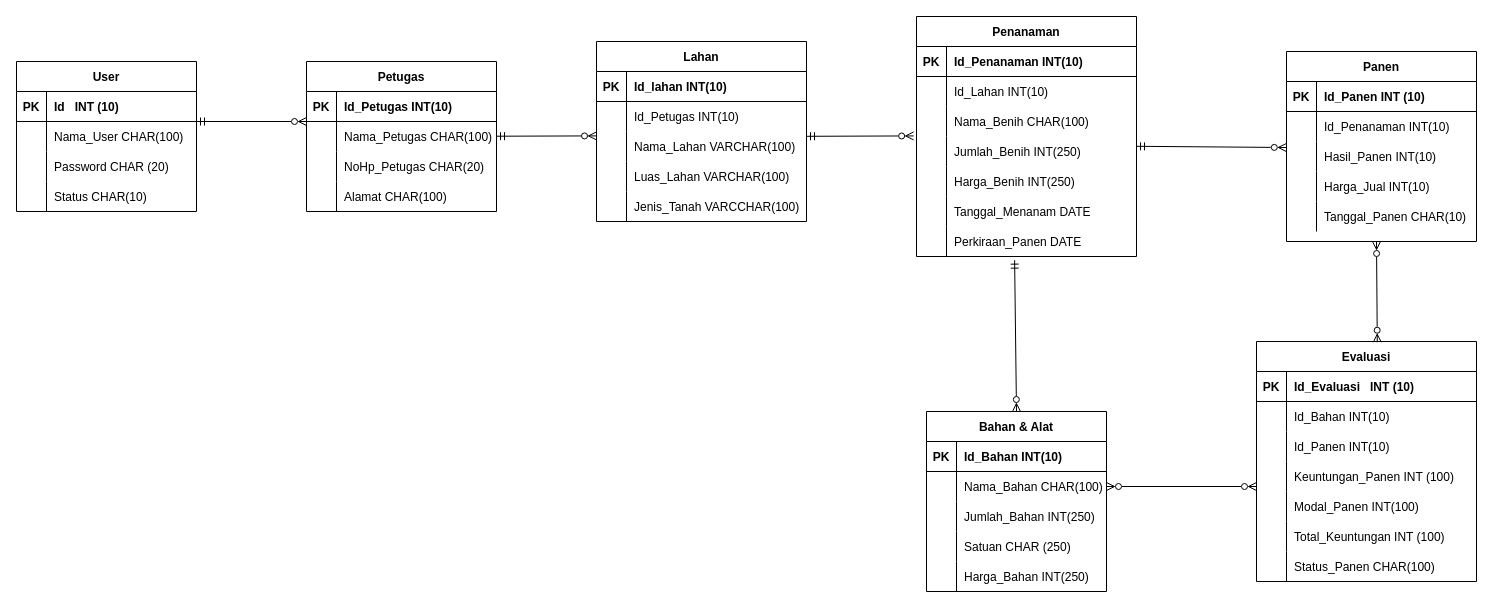
Earlier version of the draw.io diagram pertemuan 3/Pertemuan 3.drawio (ramabhagadhara/IF214002). Source tidied: cells renumbered, new cells numbered last; positions are measured from the earlier drawing's top-left corner, leaving out a move shared by most shapes. Both pictures are drawn from the tidied source at 100%, with x=0, y=0 at pixel (16, 16).
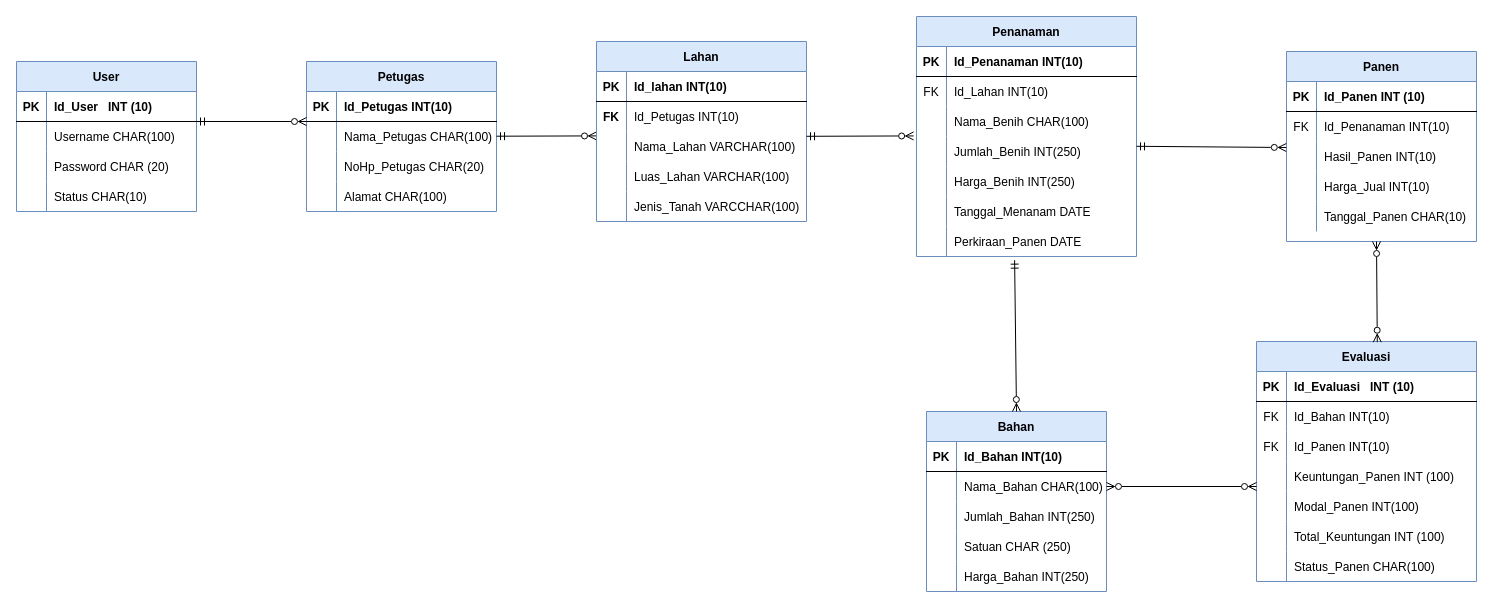
Above is the later version.

The change refers to these unchanged cells:
```xml
<mxCell id="6" style="shape=tableRow;horizontal=0;startSize=0;swimlaneHead=0;swimlaneBody=0;fillColor=none;top=0;left=0;right=0;bottom=0;" parent="2" vertex="1">
  <mxGeometry y="60" width="190" height="30" as="geometry" />
</mxCell>
<mxCell id="22" style="shape=tableRow;horizontal=0;startSize=0;swimlaneHead=0;swimlaneBody=0;fillColor=none;top=0;left=0;right=0;bottom=0;" parent="18" vertex="1">
  <mxGeometry y="60" width="220" height="30" as="geometry" />
</mxCell>
<mxCell id="54" style="shape=tableRow;horizontal=0;startSize=0;swimlaneHead=0;swimlaneBody=0;fillColor=none;top=0;left=0;right=0;bottom=1;" parent="53" vertex="1">
  <mxGeometry y="30" width="180" height="30" as="geometry" />
</mxCell>
<mxCell id="57" style="shape=tableRow;horizontal=0;startSize=0;swimlaneHead=0;swimlaneBody=0;fillColor=none;top=0;left=0;right=0;bottom=0;" parent="53" vertex="1">
  <mxGeometry y="60" width="180" height="30" as="geometry" />
</mxCell>
<mxCell id="88" style="shape=tableRow;horizontal=0;startSize=0;swimlaneHead=0;swimlaneBody=0;fillColor=none;top=0;left=0;right=0;bottom=0;" parent="84" vertex="1">
  <mxGeometry y="60" width="220" height="30" as="geometry" />
</mxCell>
<mxCell id="91" style="shape=tableRow;horizontal=0;startSize=0;swimlaneHead=0;swimlaneBody=0;fillColor=none;top=0;left=0;right=0;bottom=0;" parent="84" vertex="1">
  <mxGeometry y="90" width="220" height="30" as="geometry" />
</mxCell>
<mxCell id="110" style="shape=tableRow;horizontal=0;startSize=0;swimlaneHead=0;swimlaneBody=0;fillColor=none;top=0;left=0;right=0;bottom=0;" parent="106" vertex="1">
  <mxGeometry y="60" width="210" height="30" as="geometry" />
</mxCell>
```

Diff of the diagram source:
```diff
@@
-    <mxCell id="2" value="Panen" style="shape=table;startSize=30;childLayout=tableLayout;rowLines=0;fontStyle=1;align=center;" parent="1" vertex="1">
+    <mxCell id="2" value="Panen" style="shape=table;startSize=30;childLayout=tableLayout;rowLines=0;fontStyle=1;align=center;fillColor=#dae8fc;strokeColor=#6c8ebf;" parent="1" vertex="1">
       <mxGeometry x="1270" y="35" width="190" height="190" as="geometry" />
     </mxCell>
@@
-    <mxCell id="7" style="shape=partialRectangle;fillColor=none;top=0;left=0;bottom=0;right=0;overflow=hidden;" parent="6" vertex="1">
+    <mxCell id="7" value="FK" style="shape=partialRectangle;fillColor=none;top=0;left=0;bottom=0;right=0;overflow=hidden;" parent="6" vertex="1">
       <mxGeometry width="30" height="30" as="geometry" />
     </mxCell>
@@
-    <mxCell id="18" value="Penanaman" style="shape=table;startSize=30;childLayout=tableLayout;rowLines=0;fontStyle=1;align=center;" parent="1" vertex="1">
+    <mxCell id="18" value="Penanaman" style="shape=table;startSize=30;childLayout=tableLayout;rowLines=0;fontStyle=1;align=center;fillColor=#dae8fc;strokeColor=#6c8ebf;" parent="1" vertex="1">
       <mxGeometry x="900" width="220" height="240" as="geometry" />
     </mxCell>
@@
-    <mxCell id="23" style="shape=partialRectangle;fillColor=none;top=0;left=0;bottom=0;right=0;overflow=hidden;" parent="22" vertex="1">
+    <mxCell id="23" value="FK" style="shape=partialRectangle;fillColor=none;top=0;left=0;bottom=0;right=0;overflow=hidden;" parent="22" vertex="1">
       <mxGeometry width="30" height="30" as="geometry" />
     </mxCell>
@@
-    <mxCell id="40" value="Petugas" style="shape=table;startSize=30;childLayout=tableLayout;rowLines=0;fontStyle=1;align=center;" parent="1" vertex="1">
+    <mxCell id="40" value="Petugas" style="shape=table;startSize=30;childLayout=tableLayout;rowLines=0;fontStyle=1;align=center;fillColor=#dae8fc;strokeColor=#6c8ebf;" parent="1" vertex="1">
       <mxGeometry x="290" y="45" width="190" height="150" as="geometry" />
     </mxCell>
@@
-    <mxCell id="53" value="User" style="shape=table;startSize=30;childLayout=tableLayout;rowLines=0;fontStyle=1;align=center;" parent="1" vertex="1">
+    <mxCell id="53" value="User" style="shape=table;startSize=30;childLayout=tableLayout;rowLines=0;fontStyle=1;align=center;fillColor=#dae8fc;strokeColor=#6c8ebf;" parent="1" vertex="1">
       <mxGeometry y="45" width="180" height="150" as="geometry" />
     </mxCell>
@@
-    <mxCell id="56" value="Id   INT (10)" style="shape=partialRectangle;fillColor=none;top=0;left=0;bottom=0;right=0;align=left;spacingLeft=6;fontStyle=1;overflow=hidden;" parent="54" vertex="1">
+    <mxCell id="56" value="Id_User   INT (10)" style="shape=partialRectangle;fillColor=none;top=0;left=0;bottom=0;right=0;align=left;spacingLeft=6;fontStyle=1;overflow=hidden;" parent="54" vertex="1">
       <mxGeometry x="30" width="150" height="30" as="geometry" />
     </mxCell>
@@
-    <mxCell id="59" value="Nama_User CHAR(100)" style="shape=partialRectangle;fillColor=none;top=0;left=0;bottom=0;right=0;align=left;spacingLeft=6;overflow=hidden;" parent="57" vertex="1">
+    <mxCell id="59" value="Username CHAR(100)" style="shape=partialRectangle;fillColor=none;top=0;left=0;bottom=0;right=0;align=left;spacingLeft=6;overflow=hidden;" parent="57" vertex="1">
       <mxGeometry x="30" width="150" height="30" as="geometry" />
     </mxCell>
@@
-    <mxCell id="66" value="Bahan &amp; Alat" style="shape=table;startSize=30;childLayout=tableLayout;rowLines=0;fontStyle=1;align=center;" parent="1" vertex="1">
+    <mxCell id="66" value="Bahan" style="shape=table;startSize=30;childLayout=tableLayout;rowLines=0;fontStyle=1;align=center;fillColor=#dae8fc;strokeColor=#6c8ebf;" parent="1" vertex="1">
       <mxGeometry x="910" y="395" width="180" height="180" as="geometry" />
     </mxCell>
@@
-    <mxCell id="84" value="Evaluasi" style="shape=table;startSize=30;childLayout=tableLayout;rowLines=0;fontStyle=1;align=center;" parent="1" vertex="1">
+    <mxCell id="84" value="Evaluasi" style="shape=table;startSize=30;childLayout=tableLayout;rowLines=0;fontStyle=1;align=center;fillColor=#dae8fc;strokeColor=#6c8ebf;" parent="1" vertex="1">
       <mxGeometry x="1240" y="325" width="220" height="240" as="geometry" />
     </mxCell>
@@
-    <mxCell id="89" style="shape=partialRectangle;fillColor=none;top=0;left=0;bottom=0;right=0;overflow=hidden;" parent="88" vertex="1">
+    <mxCell id="89" value="FK" style="shape=partialRectangle;fillColor=none;top=0;left=0;bottom=0;right=0;overflow=hidden;" parent="88" vertex="1">
       <mxGeometry width="30" height="30" as="geometry" />
     </mxCell>
@@
-    <mxCell id="92" style="shape=partialRectangle;fillColor=none;top=0;left=0;bottom=0;right=0;overflow=hidden;" parent="91" vertex="1">
+    <mxCell id="92" value="FK" style="shape=partialRectangle;fillColor=none;top=0;left=0;bottom=0;right=0;overflow=hidden;" parent="91" vertex="1">
       <mxGeometry width="30" height="30" as="geometry" />
     </mxCell>
@@
-    <mxCell id="106" value="Lahan" style="shape=table;startSize=30;childLayout=tableLayout;rowLines=0;fontStyle=1;align=center;" parent="1" vertex="1">
+    <mxCell id="106" value="Lahan" style="shape=table;startSize=30;childLayout=tableLayout;rowLines=0;fontStyle=1;align=center;fillColor=#dae8fc;strokeColor=#6c8ebf;" parent="1" vertex="1">
       <mxGeometry x="580" y="25" width="210" height="180" as="geometry" />
     </mxCell>
@@
-    <mxCell id="111" style="shape=partialRectangle;fillColor=none;top=0;left=0;bottom=0;right=0;overflow=hidden;" parent="110" vertex="1">
+    <mxCell id="111" value="FK" style="shape=partialRectangle;fillColor=none;top=0;left=0;bottom=0;right=0;overflow=hidden;fontStyle=1;" parent="110" vertex="1">
       <mxGeometry width="30" height="30" as="geometry" />
     </mxCell>
```
